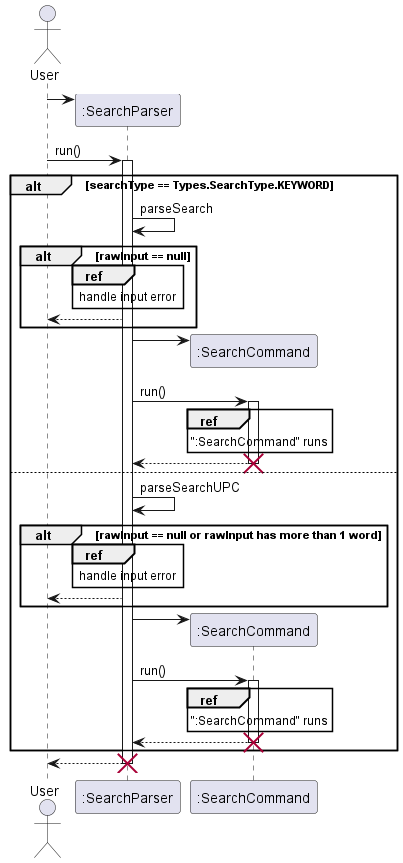
nus-cs2113-AY2223S2/tp keeps this PlantUML diagram as docs/UML/Search/SearchSequence.png. Above is the earlier version.
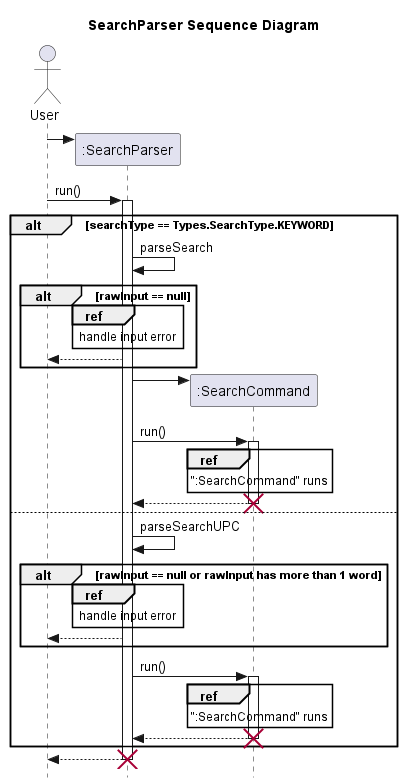
Later version of the same file.

What changed in the source:
```diff
@@ -1,5 +1,7 @@
 @startuml
+title SearchParser Sequence Diagram
 
+skinparam style strictuml
 actor User
 participant ":SearchParser"
 User -> ":SearchParser" **
@@ -31,7 +33,6 @@
             end ref
             ":SearchParser" --> User
         end
-        ":SearchParser" -> ":SearchCommand" ** :
         ":SearchParser" -> ":SearchCommand" ++ : run()
         ref over ":SearchCommand"
             ":SearchCommand" runs
```
